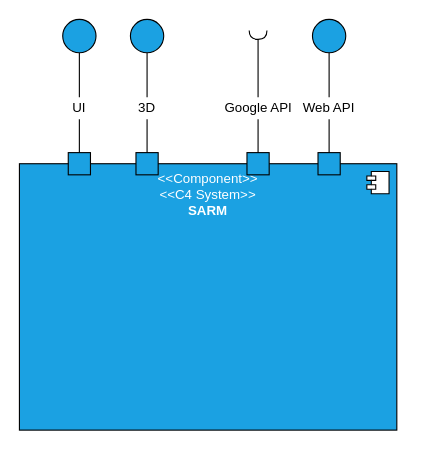
This is docs/L1/Logical_View.drawio from Rodrick0209/ISEP-SEM5PI-24-25, a draw.io file, before an edit. Source tidied: cells renumbered, new cells numbered last; positions are measured from the earlier drawing's top-left corner, leaving out a move shared by most shapes. Both pictures are drawn from the tidied source at 111%, with x=0, y=0 at pixel (19, 19).
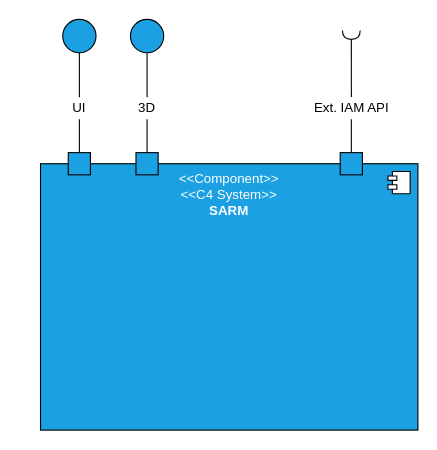
Above is the later version.

Commit message (it also covers changes not shown here):
Updated Level 1 and 2 View Diagrams with the adding of the new Web API #25

What changed in the source:
```diff
@@
     <mxCell id="2" value="&amp;lt;&amp;lt;Component&amp;gt;&amp;gt;&lt;div&gt;&amp;lt;&amp;lt;C4 System&lt;span style=&quot;background-color: initial;&quot;&gt;&amp;gt;&amp;gt;&lt;/span&gt;&lt;/div&gt;&lt;div&gt;&lt;span style=&quot;background-color: initial;&quot;&gt;&lt;b&gt;SARM&lt;/b&gt;&lt;/span&gt;&lt;/div&gt;" style="html=1;whiteSpace=wrap;horizontal=1;verticalAlign=top;fillColor=#1ba1e2;fontColor=#ffffff;strokeColor=default;" parent="1" vertex="1">
-      <mxGeometry y="130" width="340" height="240" as="geometry" />
+      <mxGeometry x="19" y="130" width="340" height="240" as="geometry" />
     </mxCell>
@@
-    <mxCell id="7" style="whiteSpace=wrap;html=1;fillColor=#1ba1e2;fontColor=#ffffff;strokeColor=default;" parent="1" vertex="1">
-      <mxGeometry x="269" y="120" width="20" height="20" as="geometry" />
-    </mxCell>
-    <mxCell id="8" value="Web API" style="text;html=1;align=center;verticalAlign=middle;whiteSpace=wrap;rounded=0;" parent="1" vertex="1">
-      <mxGeometry x="244" y="70" width="70" height="20" as="geometry" />
-    </mxCell>
-    <mxCell id="9" style="endArrow=none;html=1;rounded=0;entryX=0.5;entryY=1;entryDx=0;entryDy=0;exitX=0.5;exitY=0;exitDx=0;exitDy=0;" parent="1" edge="1" source="7" target="8">
-      <mxGeometry relative="1" as="geometry" />
-    </mxCell>
-    <mxCell id="10" style="ellipse;whiteSpace=wrap;html=1;fillColor=#1ba1e2;fontColor=#ffffff;strokeColor=default;" parent="1" vertex="1">
-      <mxGeometry x="264" width="30" height="30" as="geometry" />
-    </mxCell>
@@
-    <mxCell id="13" style="endArrow=none;html=1;rounded=0;entryX=0.5;entryY=1;entryDx=0;entryDy=0;exitX=0.5;exitY=0;exitDx=0;exitDy=0;" parent="1" edge="1" source="8" target="10">
-      <mxGeometry relative="1" as="geometry" />
-    </mxCell>
@@
     <mxCell id="19" style="whiteSpace=wrap;html=1;fillColor=#1ba1e2;fontColor=#ffffff;strokeColor=default;" parent="1" vertex="1">
-      <mxGeometry x="205" y="120" width="20" height="20" as="geometry" />
+      <mxGeometry x="289" y="120" width="20" height="20" as="geometry" />
     </mxCell>
-    <mxCell id="20" style="endArrow=none;html=1;rounded=0;entryX=0.5;entryY=1;entryDx=0;entryDy=0;exitX=0.5;exitY=0;exitDx=0;exitDy=0;" parent="1" edge="1" source="19" target="21">
-      <mxGeometry relative="1" as="geometry" />
+    <mxCell id="20" style="endArrow=none;html=1;rounded=0;entryX=0.5;entryY=1;entryDx=0;entryDy=0;exitX=0.5;exitY=0;exitDx=0;exitDy=0;" parent="1" edge="1" source="19">
+      <mxGeometry relative="1" as="geometry">
+        <mxPoint x="299" y="90" as="targetPoint" />
+      </mxGeometry>
     </mxCell>
+    <mxCell id="22" style="rounded=0;jettySize=auto;html=1;endArrow=halfCircle;endFill=0;endSize=6;strokeWidth=1;sketch=0;fontSize=12;curved=1;exitX=0.5;exitY=0;exitDx=0;exitDy=0;" parent="1" edge="1" source="21">
+      <mxGeometry relative="1" as="geometry">
+        <mxPoint x="299" y="10" as="targetPoint" />
+      </mxGeometry>
+    </mxCell>
+    <mxCell id="23" style="rounded=0;jettySize=auto;html=1;endArrow=halfCircle;endFill=0;endSize=6;strokeWidth=1;sketch=0;fontSize=12;curved=1;exitX=0.5;exitY=0;exitDx=0;exitDy=0;" parent="1" edge="1" target="21">
+      <mxGeometry relative="1" as="geometry">
+        <mxPoint x="299" y="70" as="sourcePoint" />
+      </mxGeometry>
+    </mxCell>
-    <mxCell id="21" value="Google API" style="text;html=1;align=center;verticalAlign=middle;whiteSpace=wrap;rounded=0;" parent="1" vertex="1">
-      <mxGeometry x="182.5" y="70" width="65" height="20" as="geometry" />
+    <mxCell id="21" value="Ext. IAM API" style="text;html=1;align=center;verticalAlign=middle;whiteSpace=wrap;rounded=0;" parent="1" vertex="1">
+      <mxGeometry x="262.8" y="70" width="72.5" height="20" as="geometry" />
     </mxCell>
-    <mxCell id="22" style="rounded=0;jettySize=auto;html=1;endArrow=halfCircle;endFill=0;endSize=6;strokeWidth=1;sketch=0;fontSize=12;curved=1;exitX=0.5;exitY=0;exitDx=0;exitDy=0;" parent="1" edge="1" source="21">
-      <mxGeometry relative="1" as="geometry">
-        <mxPoint x="215" y="10" as="targetPoint" />
-      </mxGeometry>
-    </mxCell>
```
